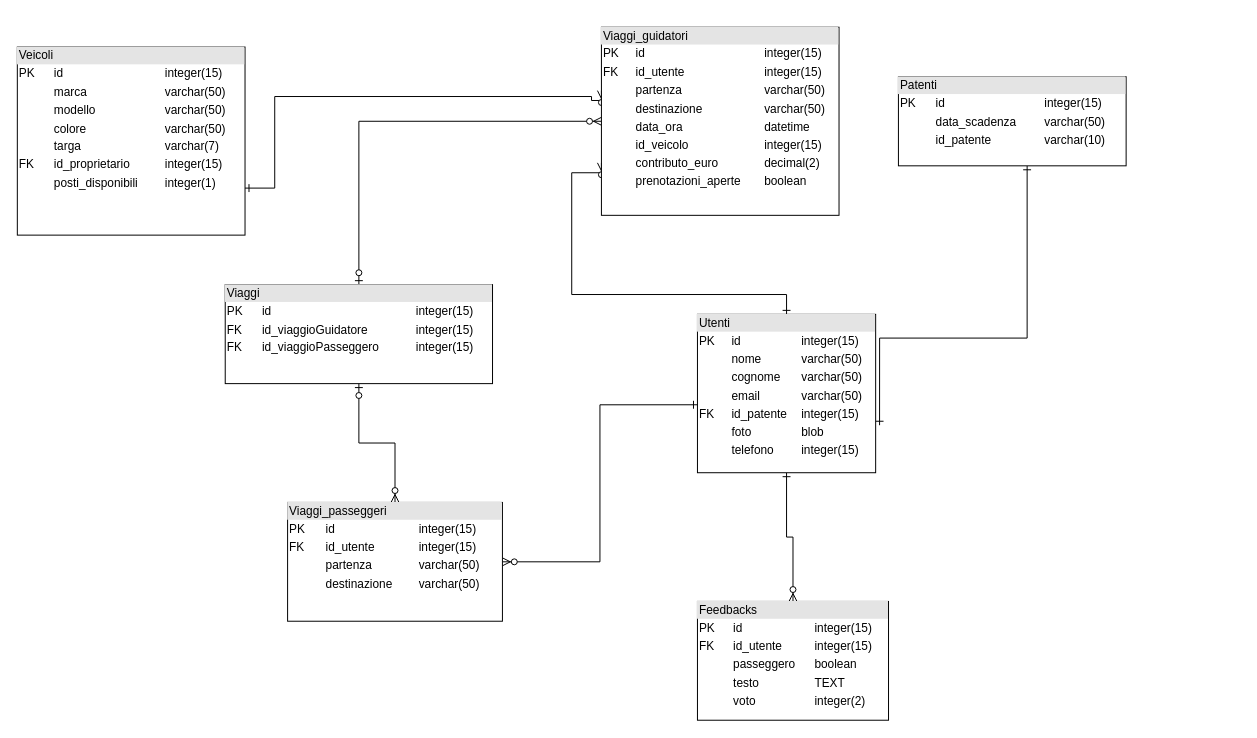
The draw.io diagram Untitled Diagram.drawio in Lor3nzo01/cpp, before the edit. Source tidied: cells renumbered, new cells numbered last; positions are measured from the earlier drawing's top-left corner, leaving out a move shared by most shapes. Both pictures are drawn from the tidied source at 99%, with x=0, y=0 at pixel (17, 27).
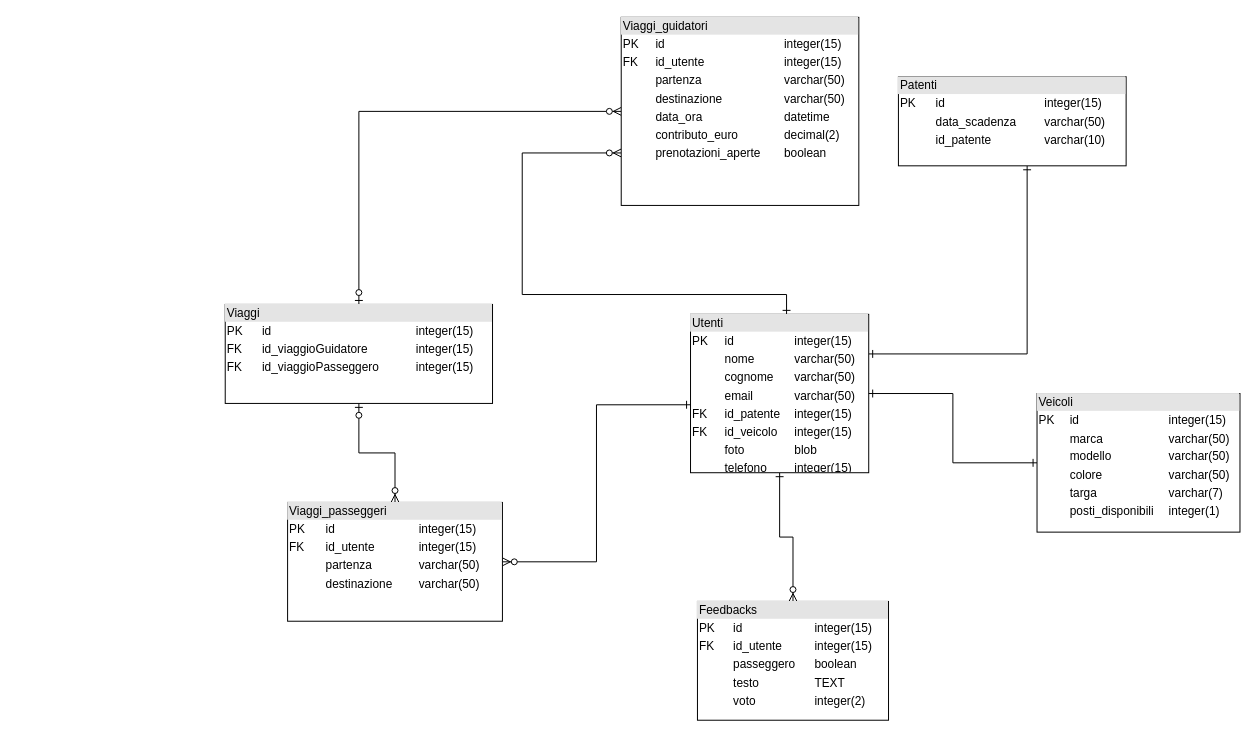
Above is the later version.

Unchanged cells that the change refers to:
```xml
<mxCell id="15" value="&lt;div style=&quot;box-sizing: border-box ; width: 100% ; background: #e4e4e4 ; padding: 2px&quot;&gt;Patenti&lt;br&gt;&lt;/div&gt;&lt;table style=&quot;width: 100% ; font-size: 1em&quot; cellspacing=&quot;0&quot; cellpadding=&quot;2&quot;&gt;&lt;tbody&gt;&lt;tr&gt;&lt;td&gt;PK&lt;/td&gt;&lt;td&gt;&lt;br&gt;&lt;/td&gt;&lt;td&gt;&lt;br&gt;&lt;/td&gt;&lt;td&gt;id&lt;/td&gt;&lt;td&gt;integer(15)&lt;/td&gt;&lt;/tr&gt;&lt;tr&gt;&lt;td&gt;&lt;br&gt;&lt;/td&gt;&lt;td&gt;&lt;br&gt;&lt;/td&gt;&lt;td&gt;&lt;br&gt;&lt;/td&gt;&lt;td&gt;data_scadenza&lt;/td&gt;&lt;td&gt;varchar(50)&lt;/td&gt;&lt;/tr&gt;&lt;tr&gt;&lt;td&gt;&lt;br&gt;&lt;/td&gt;&lt;td&gt;&lt;br&gt;&lt;/td&gt;&lt;td&gt;&lt;br&gt;&lt;/td&gt;&lt;td&gt;id_patente&lt;br&gt;&lt;/td&gt;&lt;td&gt;varchar(10)&lt;/td&gt;&lt;/tr&gt;&lt;tr&gt;&lt;td&gt;&lt;br&gt;&lt;/td&gt;&lt;td&gt;&lt;br&gt;&lt;/td&gt;&lt;td&gt;&lt;br&gt;&lt;/td&gt;&lt;td&gt;&lt;br&gt;&lt;/td&gt;&lt;td&gt;&lt;br&gt;&lt;/td&gt;&lt;/tr&gt;&lt;tr&gt;&lt;td&gt;&lt;br&gt;&lt;/td&gt;&lt;td&gt;&lt;br&gt;&lt;/td&gt;&lt;td&gt;&lt;br&gt;&lt;/td&gt;&lt;td&gt;&lt;br&gt;&lt;/td&gt;&lt;td&gt;&lt;br&gt;&lt;/td&gt;&lt;/tr&gt;&lt;tr&gt;&lt;td&gt;&lt;br&gt;&lt;/td&gt;&lt;td&gt;&lt;br&gt;&lt;/td&gt;&lt;td&gt;&lt;br&gt;&lt;/td&gt;&lt;td&gt;&lt;br&gt;&lt;/td&gt;&lt;td&gt;&lt;br&gt;&lt;/td&gt;&lt;/tr&gt;&lt;tr&gt;&lt;td&gt;&lt;br&gt;&lt;/td&gt;&lt;td&gt;&lt;br&gt;&lt;/td&gt;&lt;td&gt;&lt;br&gt;&lt;/td&gt;&lt;td&gt;&lt;br&gt;&lt;/td&gt;&lt;td&gt;&lt;br&gt;&lt;/td&gt;&lt;/tr&gt;&lt;tr&gt;&lt;td&gt;&lt;br&gt;&lt;/td&gt;&lt;td&gt;&lt;br&gt;&lt;/td&gt;&lt;td&gt;&lt;br&gt;&lt;/td&gt;&lt;td&gt;&lt;br&gt;&lt;/td&gt;&lt;td&gt;&lt;br&gt;&lt;/td&gt;&lt;/tr&gt;&lt;tr&gt;&lt;td&gt;&lt;br&gt;&lt;/td&gt;&lt;td&gt;&lt;br&gt;&lt;/td&gt;&lt;td&gt;&lt;br&gt;&lt;/td&gt;&lt;td&gt;&lt;br&gt;&lt;/td&gt;&lt;td&gt;&lt;br&gt;&lt;/td&gt;&lt;/tr&gt;&lt;/tbody&gt;&lt;/table&gt;" style="verticalAlign=top;align=left;overflow=fill;html=1;" parent="1" vertex="1">
  <mxGeometry x="890" y="50" width="230" height="90" as="geometry" />
</mxCell>
```

Change to the diagram source:
```diff
@@
-    <mxCell id="2" style="rounded=0;jettySize=auto;html=1;startArrow=ERone;startFill=0;endArrow=ERone;endFill=0;edgeStyle=orthogonalEdgeStyle;exitX=1.022;exitY=0.7;exitDx=0;exitDy=0;exitPerimeter=0;" parent="1" edge="1" source="5" target="15">
+    <mxCell id="2" style="rounded=0;jettySize=auto;html=1;startArrow=ERone;startFill=0;endArrow=ERone;endFill=0;edgeStyle=orthogonalEdgeStyle;exitX=1;exitY=0.25;exitDx=0;exitDy=0;" parent="1" edge="1" source="5" target="15">
       <mxGeometry relative="1" as="geometry">
         <Array as="points">
-          <mxPoint x="1020" y="314" />
-          <mxPoint x="1020" y="120" />
-          <mxPoint x="1080" y="120" />
-          <mxPoint x="1080" y="55" />
+          <mxPoint x="1020" y="330" />
         </Array>
       </mxGeometry>
     </mxCell>
     <mxCell id="3" style="edgeStyle=orthogonalEdgeStyle;rounded=0;jettySize=auto;html=1;startArrow=ERone;startFill=0;endArrow=ERzeroToMany;endFill=1;entryX=0;entryY=0.721;entryDx=0;entryDy=0;entryPerimeter=0;" parent="1" edge="1" source="5" target="10">
       <mxGeometry relative="1" as="geometry">
         <Array as="points">
           <mxPoint x="777" y="270" />
-          <mxPoint x="560" y="270" />
-          <mxPoint x="560" y="147" />
+          <mxPoint x="510" y="270" />
+          <mxPoint x="510" y="127" />
         </Array>
       </mxGeometry>
     </mxCell>
@@
-    <mxCell id="5" value="&lt;div style=&quot;box-sizing: border-box ; width: 100% ; background: #e4e4e4 ; padding: 2px&quot;&gt;Utenti&lt;br&gt;&lt;/div&gt;&lt;table style=&quot;width: 100% ; font-size: 1em&quot; cellspacing=&quot;0&quot; cellpadding=&quot;2&quot;&gt;&lt;tbody&gt;&lt;tr&gt;&lt;td&gt;PK&lt;/td&gt;&lt;td&gt;&lt;br&gt;&lt;/td&gt;&lt;td&gt;&lt;br&gt;&lt;/td&gt;&lt;td&gt;id&lt;/td&gt;&lt;td&gt;integer(15)&lt;/td&gt;&lt;/tr&gt;&lt;tr&gt;&lt;td&gt;&lt;br&gt;&lt;/td&gt;&lt;td&gt;&lt;br&gt;&lt;/td&gt;&lt;td&gt;&lt;br&gt;&lt;/td&gt;&lt;td&gt;nome&lt;/td&gt;&lt;td&gt;varchar(50)&lt;/td&gt;&lt;/tr&gt;&lt;tr&gt;&lt;td&gt;&lt;br&gt;&lt;/td&gt;&lt;td&gt;&lt;br&gt;&lt;/td&gt;&lt;td&gt;&lt;br&gt;&lt;/td&gt;&lt;td&gt;cognome&lt;br&gt;&lt;/td&gt;&lt;td&gt;varchar(50)&lt;br&gt;&lt;/td&gt;&lt;/tr&gt;&lt;tr&gt;&lt;td&gt;&lt;br&gt;&lt;/td&gt;&lt;td&gt;&lt;br&gt;&lt;/td&gt;&lt;td&gt;&lt;br&gt;&lt;/td&gt;&lt;td&gt;email&lt;br&gt;&lt;/td&gt;&lt;td&gt;varchar(50)&lt;br&gt;&lt;/td&gt;&lt;/tr&gt;&lt;tr&gt;&lt;td&gt;FK&lt;br&gt;&lt;/td&gt;&lt;td&gt;&lt;br&gt;&lt;/td&gt;&lt;td&gt;&lt;br&gt;&lt;/td&gt;&lt;td&gt;id_patente&lt;/td&gt;&lt;td&gt;integer(15)&lt;br&gt;&lt;/td&gt;&lt;/tr&gt;&lt;tr&gt;&lt;td&gt;&lt;br&gt;&lt;/td&gt;&lt;td&gt;&lt;br&gt;&lt;/td&gt;&lt;td&gt;&lt;br&gt;&lt;/td&gt;&lt;td&gt;foto&lt;br&gt;&lt;/td&gt;&lt;td&gt;blob&lt;br&gt;&lt;/td&gt;&lt;/tr&gt;&lt;tr&gt;&lt;td&gt;&lt;br&gt;&lt;/td&gt;&lt;td&gt;&lt;br&gt;&lt;/td&gt;&lt;td&gt;&lt;br&gt;&lt;/td&gt;&lt;td&gt;telefono&lt;br&gt;&lt;/td&gt;&lt;td&gt;integer(15)&lt;br&gt;&lt;/td&gt;&lt;/tr&gt;&lt;tr&gt;&lt;td&gt;&lt;br&gt;&lt;/td&gt;&lt;td&gt;&lt;br&gt;&lt;/td&gt;&lt;td&gt;&lt;br&gt;&lt;/td&gt;&lt;td&gt;&lt;br&gt;&lt;/td&gt;&lt;td&gt;&lt;br&gt;&lt;/td&gt;&lt;/tr&gt;&lt;tr&gt;&lt;td&gt;&lt;br&gt;&lt;/td&gt;&lt;td&gt;&lt;br&gt;&lt;/td&gt;&lt;td&gt;&lt;br&gt;&lt;/td&gt;&lt;td&gt;&lt;br&gt;&lt;/td&gt;&lt;td&gt;&lt;br&gt;&lt;/td&gt;&lt;/tr&gt;&lt;tr&gt;&lt;td&gt;&lt;br&gt;&lt;/td&gt;&lt;td&gt;&lt;br&gt;&lt;/td&gt;&lt;td&gt;&lt;br&gt;&lt;/td&gt;&lt;td&gt;&lt;br&gt;&lt;/td&gt;&lt;td&gt;&lt;br&gt;&lt;/td&gt;&lt;/tr&gt;&lt;tr&gt;&lt;td&gt;&lt;br&gt;&lt;/td&gt;&lt;td&gt;&lt;br&gt;&lt;/td&gt;&lt;td&gt;&lt;br&gt;&lt;/td&gt;&lt;td&gt;&lt;br&gt;&lt;/td&gt;&lt;td&gt;&lt;br&gt;&lt;/td&gt;&lt;/tr&gt;&lt;/tbody&gt;&lt;/table&gt;" style="verticalAlign=top;align=left;overflow=fill;html=1;" parent="1" vertex="1">
-      <mxGeometry x="687" y="290" width="180" height="160" as="geometry" />
+    <mxCell id="5" value="&lt;div style=&quot;box-sizing: border-box ; width: 100% ; background: #e4e4e4 ; padding: 2px&quot;&gt;Utenti&lt;br&gt;&lt;/div&gt;&lt;table style=&quot;width: 100% ; font-size: 1em&quot; cellspacing=&quot;0&quot; cellpadding=&quot;2&quot;&gt;&lt;tbody&gt;&lt;tr&gt;&lt;td&gt;PK&lt;/td&gt;&lt;td&gt;&lt;br&gt;&lt;/td&gt;&lt;td&gt;&lt;br&gt;&lt;/td&gt;&lt;td&gt;id&lt;/td&gt;&lt;td&gt;integer(15)&lt;/td&gt;&lt;/tr&gt;&lt;tr&gt;&lt;td&gt;&lt;br&gt;&lt;/td&gt;&lt;td&gt;&lt;br&gt;&lt;/td&gt;&lt;td&gt;&lt;br&gt;&lt;/td&gt;&lt;td&gt;nome&lt;/td&gt;&lt;td&gt;varchar(50)&lt;/td&gt;&lt;/tr&gt;&lt;tr&gt;&lt;td&gt;&lt;br&gt;&lt;/td&gt;&lt;td&gt;&lt;br&gt;&lt;/td&gt;&lt;td&gt;&lt;br&gt;&lt;/td&gt;&lt;td&gt;cognome&lt;br&gt;&lt;/td&gt;&lt;td&gt;varchar(50)&lt;br&gt;&lt;/td&gt;&lt;/tr&gt;&lt;tr&gt;&lt;td&gt;&lt;br&gt;&lt;/td&gt;&lt;td&gt;&lt;br&gt;&lt;/td&gt;&lt;td&gt;&lt;br&gt;&lt;/td&gt;&lt;td&gt;email&lt;br&gt;&lt;/td&gt;&lt;td&gt;varchar(50)&lt;br&gt;&lt;/td&gt;&lt;/tr&gt;&lt;tr&gt;&lt;td&gt;FK&lt;br&gt;&lt;/td&gt;&lt;td&gt;&lt;br&gt;&lt;/td&gt;&lt;td&gt;&lt;br&gt;&lt;/td&gt;&lt;td&gt;id_patente&lt;/td&gt;&lt;td&gt;integer(15)&lt;br&gt;&lt;/td&gt;&lt;/tr&gt;&lt;tr&gt;&lt;td&gt;FK&lt;br&gt;&lt;/td&gt;&lt;td&gt;&lt;br&gt;&lt;/td&gt;&lt;td&gt;&lt;br&gt;&lt;/td&gt;&lt;td&gt;id_veicolo&lt;br&gt;&lt;/td&gt;&lt;td&gt;integer(15)&lt;br&gt;&lt;/td&gt;&lt;/tr&gt;&lt;tr&gt;&lt;td&gt;&lt;br&gt;&lt;/td&gt;&lt;td&gt;&lt;br&gt;&lt;/td&gt;&lt;td&gt;&lt;br&gt;&lt;/td&gt;&lt;td&gt;foto&lt;br&gt;&lt;/td&gt;&lt;td&gt;blob&lt;br&gt;&lt;/td&gt;&lt;/tr&gt;&lt;tr&gt;&lt;td&gt;&lt;br&gt;&lt;/td&gt;&lt;td&gt;&lt;br&gt;&lt;/td&gt;&lt;td&gt;&lt;br&gt;&lt;/td&gt;&lt;td&gt;telefono&lt;br&gt;&lt;/td&gt;&lt;td&gt;integer(15)&lt;br&gt;&lt;/td&gt;&lt;/tr&gt;&lt;tr&gt;&lt;td&gt;&lt;br&gt;&lt;/td&gt;&lt;td&gt;&lt;br&gt;&lt;/td&gt;&lt;td&gt;&lt;br&gt;&lt;/td&gt;&lt;td&gt;&lt;br&gt;&lt;/td&gt;&lt;td&gt;&lt;br&gt;&lt;/td&gt;&lt;/tr&gt;&lt;tr&gt;&lt;td&gt;&lt;br&gt;&lt;/td&gt;&lt;td&gt;&lt;br&gt;&lt;/td&gt;&lt;td&gt;&lt;br&gt;&lt;/td&gt;&lt;td&gt;&lt;br&gt;&lt;/td&gt;&lt;td&gt;&lt;br&gt;&lt;/td&gt;&lt;/tr&gt;&lt;tr&gt;&lt;td&gt;&lt;br&gt;&lt;/td&gt;&lt;td&gt;&lt;br&gt;&lt;/td&gt;&lt;td&gt;&lt;br&gt;&lt;/td&gt;&lt;td&gt;&lt;br&gt;&lt;/td&gt;&lt;td&gt;&lt;br&gt;&lt;/td&gt;&lt;/tr&gt;&lt;tr&gt;&lt;td&gt;&lt;br&gt;&lt;/td&gt;&lt;td&gt;&lt;br&gt;&lt;/td&gt;&lt;td&gt;&lt;br&gt;&lt;/td&gt;&lt;td&gt;&lt;br&gt;&lt;/td&gt;&lt;td&gt;&lt;br&gt;&lt;/td&gt;&lt;/tr&gt;&lt;/tbody&gt;&lt;/table&gt;" style="verticalAlign=top;align=left;overflow=fill;html=1;" parent="1" vertex="1">
+      <mxGeometry x="680" y="290" width="180" height="160" as="geometry" />
     </mxCell>
@@
-    <mxCell id="7" style="edgeStyle=orthogonalEdgeStyle;rounded=0;jettySize=auto;html=1;exitX=1;exitY=0.75;exitDx=0;exitDy=0;entryX=0;entryY=0.337;entryDx=0;entryDy=0;startArrow=ERone;startFill=0;endArrow=ERzeroToMany;endFill=1;entryPerimeter=0;" parent="1" edge="1" source="8" target="10">
-      <mxGeometry relative="1" as="geometry">
-        <Array as="points">
-          <mxPoint x="260" y="163" />
-          <mxPoint x="260" y="70" />
-          <mxPoint x="580" y="70" />
-          <mxPoint x="580" y="74" />
-        </Array>
-      </mxGeometry>
-    </mxCell>
+    <mxCell id="16" style="edgeStyle=orthogonalEdgeStyle;rounded=0;jettySize=auto;html=1;entryX=1;entryY=0.5;entryDx=0;entryDy=0;startArrow=ERone;startFill=0;endArrow=ERone;endFill=0;" parent="1" edge="1" source="8" target="5">
+      <mxGeometry relative="1" as="geometry" />
+    </mxCell>
-    <mxCell id="8" value="&lt;div style=&quot;box-sizing: border-box ; width: 100% ; background: #e4e4e4 ; padding: 2px&quot;&gt;Veicoli&lt;br&gt;&lt;/div&gt;&lt;table style=&quot;width: 100% ; font-size: 1em&quot; cellspacing=&quot;0&quot; cellpadding=&quot;2&quot;&gt;&lt;tbody&gt;&lt;tr&gt;&lt;td&gt;PK&lt;/td&gt;&lt;td&gt;&lt;br&gt;&lt;/td&gt;&lt;td&gt;&lt;br&gt;&lt;/td&gt;&lt;td&gt;id&lt;/td&gt;&lt;td&gt;integer(15)&lt;/td&gt;&lt;/tr&gt;&lt;tr&gt;&lt;td&gt;&lt;br&gt;&lt;/td&gt;&lt;td&gt;&lt;br&gt;&lt;/td&gt;&lt;td&gt;&lt;br&gt;&lt;/td&gt;&lt;td&gt;marca&lt;/td&gt;&lt;td&gt;varchar(50)&lt;/td&gt;&lt;/tr&gt;&lt;tr&gt;&lt;td&gt;&lt;br&gt;&lt;/td&gt;&lt;td&gt;&lt;br&gt;&lt;/td&gt;&lt;td&gt;&lt;br&gt;&lt;/td&gt;&lt;td&gt;modello&lt;br&gt;&lt;/td&gt;&lt;td&gt;varchar(50)&lt;br&gt;&lt;/td&gt;&lt;/tr&gt;&lt;tr&gt;&lt;td&gt;&lt;br&gt;&lt;/td&gt;&lt;td&gt;&lt;br&gt;&lt;/td&gt;&lt;td&gt;&lt;br&gt;&lt;/td&gt;&lt;td&gt;colore&lt;br&gt;&lt;/td&gt;&lt;td&gt;varchar(50)&lt;br&gt;&lt;/td&gt;&lt;/tr&gt;&lt;tr&gt;&lt;td&gt;&lt;br&gt;&lt;/td&gt;&lt;td&gt;&lt;br&gt;&lt;/td&gt;&lt;td&gt;&lt;br&gt;&lt;/td&gt;&lt;td&gt;targa&lt;/td&gt;&lt;td&gt;varchar(7)&lt;br&gt;&lt;/td&gt;&lt;/tr&gt;&lt;tr&gt;&lt;td&gt;FK&lt;br&gt;&lt;/td&gt;&lt;td&gt;&lt;br&gt;&lt;/td&gt;&lt;td&gt;&lt;br&gt;&lt;/td&gt;&lt;td&gt;id_proprietario&lt;br&gt;&lt;/td&gt;&lt;td&gt;integer(15)&lt;br&gt;&lt;/td&gt;&lt;/tr&gt;&lt;tr&gt;&lt;td&gt;&lt;br&gt;&lt;/td&gt;&lt;td&gt;&lt;br&gt;&lt;/td&gt;&lt;td&gt;&lt;br&gt;&lt;/td&gt;&lt;td&gt;posti_disponibili&lt;br&gt;&lt;/td&gt;&lt;td&gt;integer(1)&lt;br&gt;&lt;/td&gt;&lt;/tr&gt;&lt;tr&gt;&lt;td&gt;&lt;br&gt;&lt;/td&gt;&lt;td&gt;&lt;br&gt;&lt;/td&gt;&lt;td&gt;&lt;br&gt;&lt;/td&gt;&lt;td&gt;&lt;br&gt;&lt;/td&gt;&lt;td&gt;&lt;br&gt;&lt;/td&gt;&lt;/tr&gt;&lt;tr&gt;&lt;td&gt;&lt;br&gt;&lt;/td&gt;&lt;td&gt;&lt;br&gt;&lt;/td&gt;&lt;td&gt;&lt;br&gt;&lt;/td&gt;&lt;td&gt;&lt;br&gt;&lt;/td&gt;&lt;td&gt;&lt;br&gt;&lt;/td&gt;&lt;/tr&gt;&lt;tr&gt;&lt;td&gt;&lt;br&gt;&lt;/td&gt;&lt;td&gt;&lt;br&gt;&lt;/td&gt;&lt;td&gt;&lt;br&gt;&lt;/td&gt;&lt;td&gt;&lt;br&gt;&lt;/td&gt;&lt;td&gt;&lt;br&gt;&lt;/td&gt;&lt;/tr&gt;&lt;tr&gt;&lt;td&gt;&lt;br&gt;&lt;/td&gt;&lt;td&gt;&lt;br&gt;&lt;/td&gt;&lt;td&gt;&lt;br&gt;&lt;/td&gt;&lt;td&gt;&lt;br&gt;&lt;/td&gt;&lt;td&gt;&lt;br&gt;&lt;/td&gt;&lt;/tr&gt;&lt;/tbody&gt;&lt;/table&gt;" style="verticalAlign=top;align=left;overflow=fill;html=1;" parent="1" vertex="1">
-      <mxGeometry y="20" width="230" height="190" as="geometry" />
+    <mxCell id="8" value="&lt;div style=&quot;box-sizing: border-box ; width: 100% ; background: #e4e4e4 ; padding: 2px&quot;&gt;Veicoli&lt;br&gt;&lt;/div&gt;&lt;table style=&quot;width: 100% ; font-size: 1em&quot; cellspacing=&quot;0&quot; cellpadding=&quot;2&quot;&gt;&lt;tbody&gt;&lt;tr&gt;&lt;td&gt;PK&lt;/td&gt;&lt;td&gt;&lt;br&gt;&lt;/td&gt;&lt;td&gt;&lt;br&gt;&lt;/td&gt;&lt;td&gt;id&lt;/td&gt;&lt;td&gt;integer(15)&lt;/td&gt;&lt;/tr&gt;&lt;tr&gt;&lt;td&gt;&lt;br&gt;&lt;/td&gt;&lt;td&gt;&lt;br&gt;&lt;/td&gt;&lt;td&gt;&lt;br&gt;&lt;/td&gt;&lt;td&gt;marca&lt;/td&gt;&lt;td&gt;varchar(50)&lt;/td&gt;&lt;/tr&gt;&lt;tr&gt;&lt;td&gt;&lt;br&gt;&lt;/td&gt;&lt;td&gt;&lt;br&gt;&lt;/td&gt;&lt;td&gt;&lt;br&gt;&lt;/td&gt;&lt;td&gt;modello&lt;br&gt;&lt;/td&gt;&lt;td&gt;varchar(50)&lt;br&gt;&lt;/td&gt;&lt;/tr&gt;&lt;tr&gt;&lt;td&gt;&lt;br&gt;&lt;/td&gt;&lt;td&gt;&lt;br&gt;&lt;/td&gt;&lt;td&gt;&lt;br&gt;&lt;/td&gt;&lt;td&gt;colore&lt;br&gt;&lt;/td&gt;&lt;td&gt;varchar(50)&lt;br&gt;&lt;/td&gt;&lt;/tr&gt;&lt;tr&gt;&lt;td&gt;&lt;br&gt;&lt;/td&gt;&lt;td&gt;&lt;br&gt;&lt;/td&gt;&lt;td&gt;&lt;br&gt;&lt;/td&gt;&lt;td&gt;targa&lt;/td&gt;&lt;td&gt;varchar(7)&lt;br&gt;&lt;/td&gt;&lt;/tr&gt;&lt;tr&gt;&lt;td&gt;&lt;br&gt;&lt;/td&gt;&lt;td&gt;&lt;br&gt;&lt;/td&gt;&lt;td&gt;&lt;br&gt;&lt;/td&gt;&lt;td&gt;posti_disponibili&lt;br&gt;&lt;/td&gt;&lt;td&gt;integer(1)&lt;br&gt;&lt;/td&gt;&lt;/tr&gt;&lt;tr&gt;&lt;td&gt;&lt;br&gt;&lt;/td&gt;&lt;td&gt;&lt;br&gt;&lt;/td&gt;&lt;td&gt;&lt;br&gt;&lt;/td&gt;&lt;td&gt;&lt;br&gt;&lt;/td&gt;&lt;td&gt;&lt;br&gt;&lt;/td&gt;&lt;/tr&gt;&lt;tr&gt;&lt;td&gt;&lt;br&gt;&lt;/td&gt;&lt;td&gt;&lt;br&gt;&lt;/td&gt;&lt;td&gt;&lt;br&gt;&lt;/td&gt;&lt;td&gt;&lt;br&gt;&lt;/td&gt;&lt;td&gt;&lt;br&gt;&lt;/td&gt;&lt;/tr&gt;&lt;tr&gt;&lt;td&gt;&lt;br&gt;&lt;/td&gt;&lt;td&gt;&lt;br&gt;&lt;/td&gt;&lt;td&gt;&lt;br&gt;&lt;/td&gt;&lt;td&gt;&lt;br&gt;&lt;/td&gt;&lt;td&gt;&lt;br&gt;&lt;/td&gt;&lt;/tr&gt;&lt;tr&gt;&lt;td&gt;&lt;br&gt;&lt;/td&gt;&lt;td&gt;&lt;br&gt;&lt;/td&gt;&lt;td&gt;&lt;br&gt;&lt;/td&gt;&lt;td&gt;&lt;br&gt;&lt;/td&gt;&lt;td&gt;&lt;br&gt;&lt;/td&gt;&lt;/tr&gt;&lt;/tbody&gt;&lt;/table&gt;" style="verticalAlign=top;align=left;overflow=fill;html=1;" parent="1" vertex="1">
+      <mxGeometry x="1030" y="370" width="205" height="140" as="geometry" />
     </mxCell>
@@
-    <mxCell id="10" value="&lt;div style=&quot;box-sizing: border-box ; width: 100% ; background: #e4e4e4 ; padding: 2px&quot;&gt;Viaggi_guidatori&lt;br&gt;&lt;/div&gt;&lt;table style=&quot;width: 100% ; font-size: 1em&quot; cellspacing=&quot;0&quot; cellpadding=&quot;2&quot;&gt;&lt;tbody&gt;&lt;tr&gt;&lt;td&gt;PK&lt;/td&gt;&lt;td&gt;&lt;br&gt;&lt;/td&gt;&lt;td&gt;&lt;br&gt;&lt;/td&gt;&lt;td&gt;id&lt;/td&gt;&lt;td&gt;integer(15)&lt;/td&gt;&lt;/tr&gt;&lt;tr&gt;&lt;td&gt;FK&lt;br&gt;&lt;/td&gt;&lt;td&gt;&lt;br&gt;&lt;/td&gt;&lt;td&gt;&lt;br&gt;&lt;/td&gt;&lt;td&gt;id_utente&lt;br&gt;&lt;/td&gt;&lt;td&gt;integer(15)&lt;br&gt;&lt;/td&gt;&lt;/tr&gt;&lt;tr&gt;&lt;td&gt;&lt;br&gt;&lt;/td&gt;&lt;td&gt;&lt;br&gt;&lt;/td&gt;&lt;td&gt;&lt;br&gt;&lt;/td&gt;&lt;td&gt;partenza&lt;/td&gt;&lt;td&gt;varchar(50)&lt;/td&gt;&lt;/tr&gt;&lt;tr&gt;&lt;td&gt;&lt;br&gt;&lt;/td&gt;&lt;td&gt;&lt;br&gt;&lt;/td&gt;&lt;td&gt;&lt;br&gt;&lt;/td&gt;&lt;td&gt;destinazione&lt;br&gt;&lt;/td&gt;&lt;td&gt;varchar(50)&lt;br&gt;&lt;/td&gt;&lt;/tr&gt;&lt;tr&gt;&lt;td&gt;&lt;br&gt;&lt;/td&gt;&lt;td&gt;&lt;br&gt;&lt;/td&gt;&lt;td&gt;&lt;br&gt;&lt;/td&gt;&lt;td&gt;data_ora&lt;br&gt;&lt;/td&gt;&lt;td&gt;datetime&lt;br&gt;&lt;/td&gt;&lt;/tr&gt;&lt;tr&gt;&lt;td&gt;&lt;br&gt;&lt;/td&gt;&lt;td&gt;&lt;br&gt;&lt;/td&gt;&lt;td&gt;&lt;br&gt;&lt;/td&gt;&lt;td&gt;id_veicolo&lt;br&gt;&lt;/td&gt;&lt;td&gt;integer(15)&lt;br&gt;&lt;/td&gt;&lt;/tr&gt;&lt;tr&gt;&lt;td&gt;&lt;br&gt;&lt;/td&gt;&lt;td&gt;&lt;br&gt;&lt;/td&gt;&lt;td&gt;&lt;br&gt;&lt;/td&gt;&lt;td&gt;contributo_euro&lt;br&gt;&lt;/td&gt;&lt;td&gt;decimal(2)&lt;br&gt;&lt;/td&gt;&lt;/tr&gt;&lt;tr&gt;&lt;td&gt;&lt;br&gt;&lt;/td&gt;&lt;td&gt;&lt;br&gt;&lt;/td&gt;&lt;td&gt;&lt;br&gt;&lt;/td&gt;&lt;td&gt;prenotazioni_aperte&lt;br&gt;&lt;/td&gt;&lt;td&gt;boolean&lt;br&gt;&lt;/td&gt;&lt;/tr&gt;&lt;tr&gt;&lt;td&gt;&lt;br&gt;&lt;/td&gt;&lt;td&gt;&lt;br&gt;&lt;/td&gt;&lt;td&gt;&lt;br&gt;&lt;/td&gt;&lt;td&gt;&lt;br&gt;&lt;/td&gt;&lt;td&gt;&lt;br&gt;&lt;/td&gt;&lt;/tr&gt;&lt;tr&gt;&lt;td&gt;&lt;br&gt;&lt;/td&gt;&lt;td&gt;&lt;br&gt;&lt;/td&gt;&lt;td&gt;&lt;br&gt;&lt;/td&gt;&lt;td&gt;&lt;br&gt;&lt;/td&gt;&lt;td&gt;&lt;br&gt;&lt;/td&gt;&lt;/tr&gt;&lt;tr&gt;&lt;td&gt;&lt;br&gt;&lt;/td&gt;&lt;td&gt;&lt;br&gt;&lt;/td&gt;&lt;td&gt;&lt;br&gt;&lt;/td&gt;&lt;td&gt;&lt;br&gt;&lt;/td&gt;&lt;td&gt;&lt;br&gt;&lt;/td&gt;&lt;/tr&gt;&lt;tr&gt;&lt;td&gt;&lt;br&gt;&lt;/td&gt;&lt;td&gt;&lt;br&gt;&lt;/td&gt;&lt;td&gt;&lt;br&gt;&lt;/td&gt;&lt;td&gt;&lt;br&gt;&lt;/td&gt;&lt;td&gt;&lt;br&gt;&lt;/td&gt;&lt;/tr&gt;&lt;/tbody&gt;&lt;/table&gt;" style="verticalAlign=top;align=left;overflow=fill;html=1;" parent="1" vertex="1">
-      <mxGeometry x="590" width="240" height="190" as="geometry" />
+    <mxCell id="10" value="&lt;div style=&quot;box-sizing: border-box ; width: 100% ; background: #e4e4e4 ; padding: 2px&quot;&gt;Viaggi_guidatori&lt;br&gt;&lt;/div&gt;&lt;table style=&quot;width: 100% ; font-size: 1em&quot; cellspacing=&quot;0&quot; cellpadding=&quot;2&quot;&gt;&lt;tbody&gt;&lt;tr&gt;&lt;td&gt;PK&lt;/td&gt;&lt;td&gt;&lt;br&gt;&lt;/td&gt;&lt;td&gt;&lt;br&gt;&lt;/td&gt;&lt;td&gt;id&lt;/td&gt;&lt;td&gt;integer(15)&lt;/td&gt;&lt;/tr&gt;&lt;tr&gt;&lt;td&gt;FK&lt;br&gt;&lt;/td&gt;&lt;td&gt;&lt;br&gt;&lt;/td&gt;&lt;td&gt;&lt;br&gt;&lt;/td&gt;&lt;td&gt;id_utente&lt;br&gt;&lt;/td&gt;&lt;td&gt;integer(15)&lt;br&gt;&lt;/td&gt;&lt;/tr&gt;&lt;tr&gt;&lt;td&gt;&lt;br&gt;&lt;/td&gt;&lt;td&gt;&lt;br&gt;&lt;/td&gt;&lt;td&gt;&lt;br&gt;&lt;/td&gt;&lt;td&gt;partenza&lt;/td&gt;&lt;td&gt;varchar(50)&lt;/td&gt;&lt;/tr&gt;&lt;tr&gt;&lt;td&gt;&lt;br&gt;&lt;/td&gt;&lt;td&gt;&lt;br&gt;&lt;/td&gt;&lt;td&gt;&lt;br&gt;&lt;/td&gt;&lt;td&gt;destinazione&lt;br&gt;&lt;/td&gt;&lt;td&gt;varchar(50)&lt;br&gt;&lt;/td&gt;&lt;/tr&gt;&lt;tr&gt;&lt;td&gt;&lt;br&gt;&lt;/td&gt;&lt;td&gt;&lt;br&gt;&lt;/td&gt;&lt;td&gt;&lt;br&gt;&lt;/td&gt;&lt;td&gt;data_ora&lt;br&gt;&lt;/td&gt;&lt;td&gt;datetime&lt;br&gt;&lt;/td&gt;&lt;/tr&gt;&lt;tr&gt;&lt;td&gt;&lt;br&gt;&lt;/td&gt;&lt;td&gt;&lt;br&gt;&lt;/td&gt;&lt;td&gt;&lt;br&gt;&lt;/td&gt;&lt;td&gt;contributo_euro&lt;br&gt;&lt;/td&gt;&lt;td&gt;decimal(2)&lt;br&gt;&lt;/td&gt;&lt;/tr&gt;&lt;tr&gt;&lt;td&gt;&lt;br&gt;&lt;/td&gt;&lt;td&gt;&lt;br&gt;&lt;/td&gt;&lt;td&gt;&lt;br&gt;&lt;/td&gt;&lt;td&gt;prenotazioni_aperte&lt;br&gt;&lt;/td&gt;&lt;td&gt;boolean&lt;br&gt;&lt;/td&gt;&lt;/tr&gt;&lt;tr&gt;&lt;td&gt;&lt;br&gt;&lt;/td&gt;&lt;td&gt;&lt;br&gt;&lt;/td&gt;&lt;td&gt;&lt;br&gt;&lt;/td&gt;&lt;td&gt;&lt;br&gt;&lt;/td&gt;&lt;td&gt;&lt;br&gt;&lt;/td&gt;&lt;/tr&gt;&lt;tr&gt;&lt;td&gt;&lt;br&gt;&lt;/td&gt;&lt;td&gt;&lt;br&gt;&lt;/td&gt;&lt;td&gt;&lt;br&gt;&lt;/td&gt;&lt;td&gt;&lt;br&gt;&lt;/td&gt;&lt;td&gt;&lt;br&gt;&lt;/td&gt;&lt;/tr&gt;&lt;tr&gt;&lt;td&gt;&lt;br&gt;&lt;/td&gt;&lt;td&gt;&lt;br&gt;&lt;/td&gt;&lt;td&gt;&lt;br&gt;&lt;/td&gt;&lt;td&gt;&lt;br&gt;&lt;/td&gt;&lt;td&gt;&lt;br&gt;&lt;/td&gt;&lt;/tr&gt;&lt;tr&gt;&lt;td&gt;&lt;br&gt;&lt;/td&gt;&lt;td&gt;&lt;br&gt;&lt;/td&gt;&lt;td&gt;&lt;br&gt;&lt;/td&gt;&lt;td&gt;&lt;br&gt;&lt;/td&gt;&lt;td&gt;&lt;br&gt;&lt;/td&gt;&lt;/tr&gt;&lt;/tbody&gt;&lt;/table&gt;" style="verticalAlign=top;align=left;overflow=fill;html=1;" parent="1" vertex="1">
+      <mxGeometry x="610" y="-10" width="240" height="190" as="geometry" />
     </mxCell>
@@
     <mxCell id="14" value="&lt;div style=&quot;box-sizing: border-box ; width: 100% ; background: #e4e4e4 ; padding: 2px&quot;&gt;Viaggi&lt;/div&gt;&lt;table style=&quot;width: 100% ; font-size: 1em&quot; cellspacing=&quot;0&quot; cellpadding=&quot;2&quot;&gt;&lt;tbody&gt;&lt;tr&gt;&lt;td&gt;PK&lt;/td&gt;&lt;td&gt;&lt;br&gt;&lt;/td&gt;&lt;td&gt;&lt;br&gt;&lt;/td&gt;&lt;td&gt;id&lt;/td&gt;&lt;td&gt;integer(15)&lt;/td&gt;&lt;/tr&gt;&lt;tr&gt;&lt;td&gt;FK&lt;br&gt;&lt;/td&gt;&lt;td&gt;&lt;br&gt;&lt;/td&gt;&lt;td&gt;&lt;br&gt;&lt;/td&gt;&lt;td&gt;id_viaggioGuidatore&lt;/td&gt;&lt;td&gt;integer(15)&lt;/td&gt;&lt;/tr&gt;&lt;tr&gt;&lt;td&gt;FK&lt;br&gt;&lt;/td&gt;&lt;td&gt;&lt;br&gt;&lt;/td&gt;&lt;td&gt;&lt;br&gt;&lt;/td&gt;&lt;td&gt;id_viaggioPasseggero&lt;br&gt;&lt;/td&gt;&lt;td&gt;integer(15)&lt;br&gt;&lt;/td&gt;&lt;/tr&gt;&lt;tr&gt;&lt;td&gt;&lt;br&gt;&lt;/td&gt;&lt;td&gt;&lt;br&gt;&lt;/td&gt;&lt;td&gt;&lt;br&gt;&lt;/td&gt;&lt;td&gt;&lt;br&gt;&lt;/td&gt;&lt;td&gt;&lt;br&gt;&lt;/td&gt;&lt;/tr&gt;&lt;tr&gt;&lt;td&gt;&lt;br&gt;&lt;/td&gt;&lt;td&gt;&lt;br&gt;&lt;/td&gt;&lt;td&gt;&lt;br&gt;&lt;/td&gt;&lt;td&gt;&lt;br&gt;&lt;/td&gt;&lt;td&gt;&lt;br&gt;&lt;/td&gt;&lt;/tr&gt;&lt;tr&gt;&lt;td&gt;&lt;br&gt;&lt;/td&gt;&lt;td&gt;&lt;br&gt;&lt;/td&gt;&lt;td&gt;&lt;br&gt;&lt;/td&gt;&lt;td&gt;&lt;br&gt;&lt;/td&gt;&lt;td&gt;&lt;br&gt;&lt;/td&gt;&lt;/tr&gt;&lt;tr&gt;&lt;td&gt;&lt;br&gt;&lt;/td&gt;&lt;td&gt;&lt;br&gt;&lt;/td&gt;&lt;td&gt;&lt;br&gt;&lt;/td&gt;&lt;td&gt;&lt;br&gt;&lt;/td&gt;&lt;td&gt;&lt;br&gt;&lt;/td&gt;&lt;/tr&gt;&lt;tr&gt;&lt;td&gt;&lt;br&gt;&lt;/td&gt;&lt;td&gt;&lt;br&gt;&lt;/td&gt;&lt;td&gt;&lt;br&gt;&lt;/td&gt;&lt;td&gt;&lt;br&gt;&lt;/td&gt;&lt;td&gt;&lt;br&gt;&lt;/td&gt;&lt;/tr&gt;&lt;/tbody&gt;&lt;/table&gt;" style="verticalAlign=top;align=left;overflow=fill;html=1;" parent="1" vertex="1">
-      <mxGeometry x="210" y="260" width="270" height="100" as="geometry" />
+      <mxGeometry x="210" y="280" width="270" height="100" as="geometry" />
     </mxCell>
```
